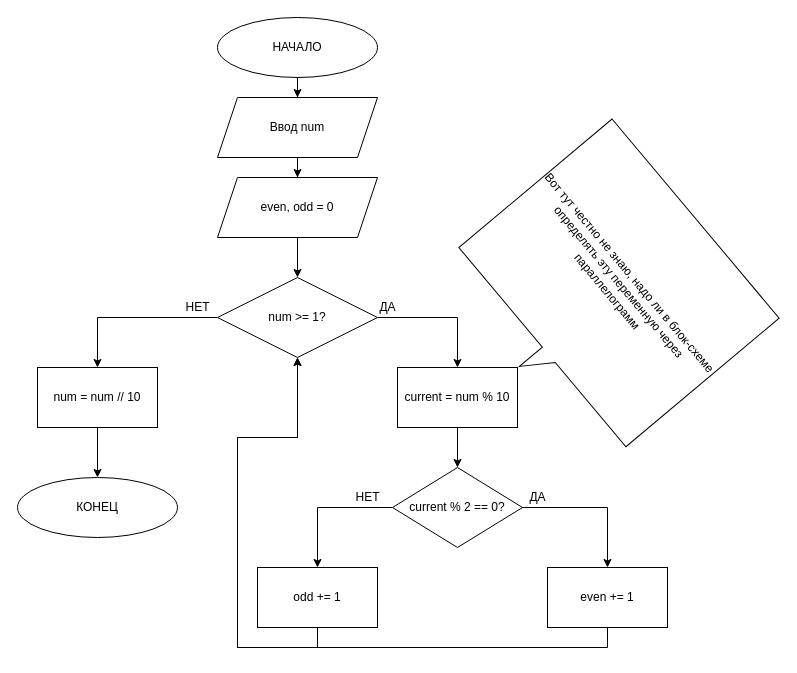
ilikecinepol/geekbrains keeps this draw.io diagram as algoritmic_python/lesson2/task2.drawio. Above is the earlier version. Source tidied: cells renumbered, new cells numbered last; positions are measured from the earlier drawing's top-left corner, leaving out a move shared by most shapes. Both pictures are drawn from the tidied source at 100%, with x=0, y=0 at pixel (17, 17).
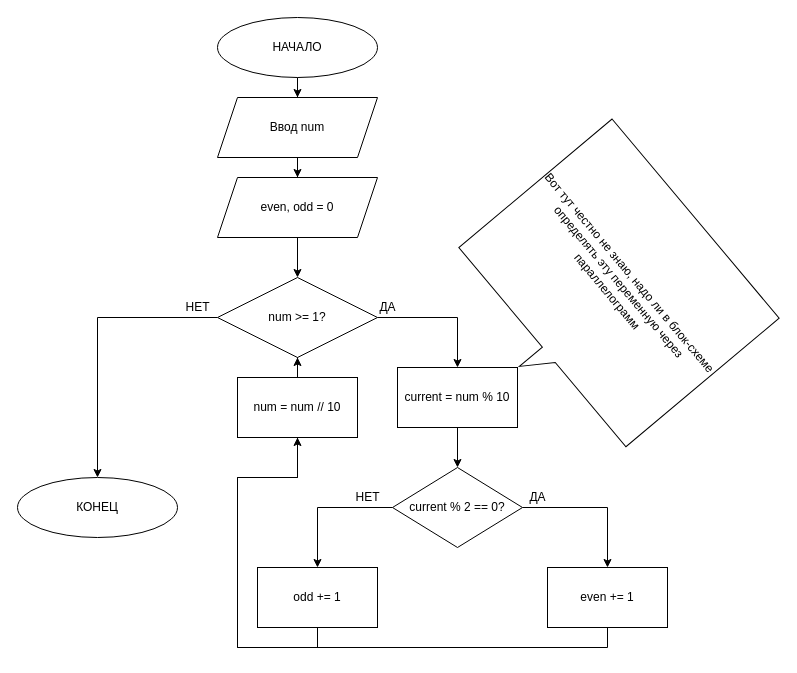
After the change.

Unchanged cells that the change refers to:
```xml
<mxCell id="4" value="КОНЕЦ" style="ellipse;whiteSpace=wrap;html=1;" parent="1" vertex="1">
  <mxGeometry y="460" width="160" height="60" as="geometry" />
</mxCell>
<mxCell id="11" value="num &amp;gt;= 1?" style="rhombus;whiteSpace=wrap;html=1;" parent="1" vertex="1">
  <mxGeometry x="200" y="260" width="160" height="80" as="geometry" />
</mxCell>
<mxCell id="18" value="even += 1" style="whiteSpace=wrap;html=1;" parent="1" vertex="1">
  <mxGeometry x="530" y="550" width="120" height="60" as="geometry" />
</mxCell>
<mxCell id="20" value="odd += 1" style="whiteSpace=wrap;html=1;" parent="1" vertex="1">
  <mxGeometry x="240" y="550" width="120" height="60" as="geometry" />
</mxCell>
```

The edit, as a diff of the source:
```diff
@@
-    <mxCell id="10" style="edgeStyle=orthogonalEdgeStyle;rounded=0;jettySize=auto;html=1;exitX=0;exitY=0.5;exitDx=0;exitDy=0;entryX=0.5;entryY=0;entryDx=0;entryDy=0;" parent="1" edge="1" source="11" target="22">
+    <mxCell id="10" style="edgeStyle=orthogonalEdgeStyle;rounded=0;jettySize=auto;html=1;exitX=0;exitY=0.5;exitDx=0;exitDy=0;entryX=0.5;entryY=0;entryDx=0;entryDy=0;" parent="1" edge="1" source="11" target="4">
       <mxGeometry relative="1" as="geometry" />
     </mxCell>
@@
     <mxCell id="17" style="edgeStyle=orthogonalEdgeStyle;rounded=0;jettySize=auto;html=1;exitX=0.5;exitY=1;exitDx=0;exitDy=0;" parent="1" edge="1" source="18">
       <mxGeometry relative="1" as="geometry">
-        <mxPoint x="280" y="340" as="targetPoint" />
+        <mxPoint x="280" y="410" as="targetPoint" />
         <Array as="points">
           <mxPoint x="590" y="630" />
           <mxPoint x="220" y="630" />
-          <mxPoint x="220" y="420" />
-          <mxPoint x="280" y="420" />
+          <mxPoint x="220" y="460" />
+          <mxPoint x="280" y="460" />
         </Array>
       </mxGeometry>
     </mxCell>
@@
-    <mxCell id="19" style="edgeStyle=orthogonalEdgeStyle;rounded=0;jettySize=auto;html=1;exitX=0.5;exitY=1;exitDx=0;exitDy=0;entryX=0.5;entryY=1;entryDx=0;entryDy=0;" parent="1" edge="1" source="20" target="11">
+    <mxCell id="19" style="edgeStyle=orthogonalEdgeStyle;rounded=0;jettySize=auto;html=1;exitX=0.5;exitY=1;exitDx=0;exitDy=0;" parent="1" edge="1" source="20">
       <mxGeometry relative="1" as="geometry">
+        <mxPoint x="280" y="420" as="targetPoint" />
         <Array as="points">
           <mxPoint x="300" y="630" />
           <mxPoint x="220" y="630" />
-          <mxPoint x="220" y="420" />
-          <mxPoint x="280" y="420" />
+          <mxPoint x="220" y="460" />
+          <mxPoint x="280" y="460" />
         </Array>
       </mxGeometry>
     </mxCell>
@@
-    <mxCell id="21" style="edgeStyle=orthogonalEdgeStyle;rounded=0;jettySize=auto;html=1;exitX=0.5;exitY=1;exitDx=0;exitDy=0;entryX=0.5;entryY=0;entryDx=0;entryDy=0;" parent="1" edge="1" source="22" target="4">
-      <mxGeometry relative="1" as="geometry" />
-    </mxCell>
-    <mxCell id="22" value="num = num // 10" style="whiteSpace=wrap;html=1;" parent="1" vertex="1">
-      <mxGeometry x="20" y="350" width="120" height="60" as="geometry" />
-    </mxCell>
@@
+    <mxCell id="28" style="edgeStyle=orthogonalEdgeStyle;rounded=0;jettySize=auto;html=1;" parent="1" edge="1" source="22" target="11">
+      <mxGeometry relative="1" as="geometry" />
+    </mxCell>
+    <mxCell id="22" value="num = num // 10" style="whiteSpace=wrap;html=1;" parent="1" vertex="1">
+      <mxGeometry x="220" y="360" width="120" height="60" as="geometry" />
+    </mxCell>
```
